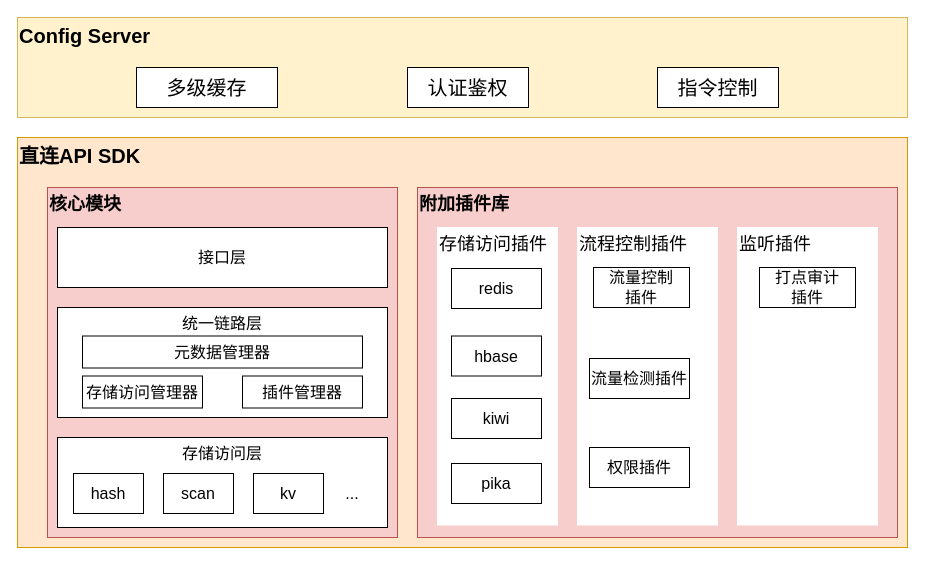
Before: 多模块设计.drawio in FlyThroughAir/DrawHere, a draw.io diagram. Source tidied: cells renumbered, new cells numbered last; positions are measured from the earlier drawing's top-left corner, leaving out a move shared by most shapes. Both pictures are drawn from the tidied source at 100%, with x=0, y=0 at pixel (17, 17).
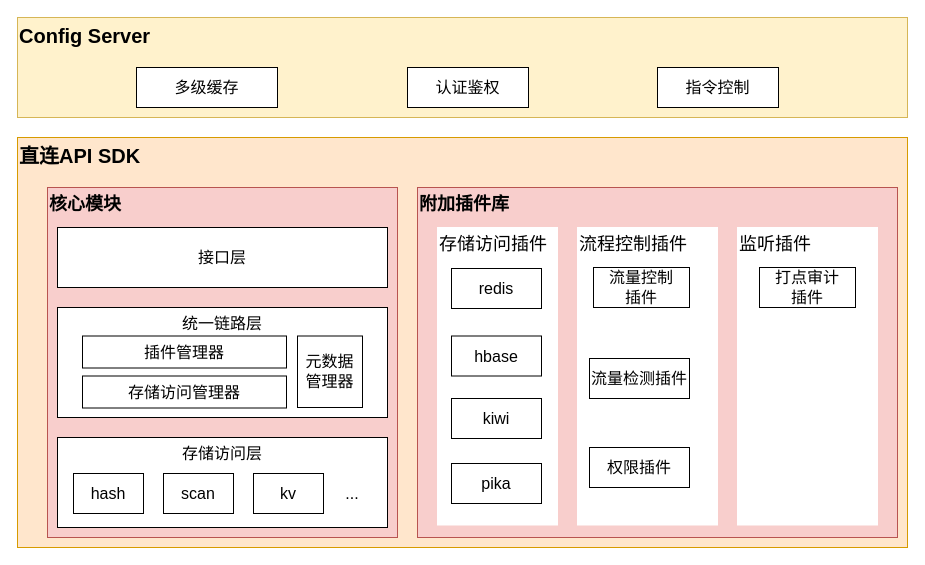
The same page after the edit.

Commit message:
Update 多模块设计.drawio

Change to the diagram source:
```diff
@@
     <mxCell id="7" value="存储访问管理器" style="rounded=0;whiteSpace=wrap;html=1;fontSize=16;" parent="1" vertex="1">
-      <mxGeometry x="65" y="358.5" width="120" height="32" as="geometry" />
+      <mxGeometry x="65" y="358.5" width="204" height="32" as="geometry" />
     </mxCell>
@@
     <mxCell id="21" value="插件管理器" style="rounded=0;whiteSpace=wrap;html=1;fontSize=16;" parent="1" vertex="1">
-      <mxGeometry x="225" y="358.5" width="120" height="32" as="geometry" />
+      <mxGeometry x="65" y="318.5" width="204" height="32" as="geometry" />
     </mxCell>
-    <mxCell id="22" value="元数据管理器" style="rounded=0;whiteSpace=wrap;html=1;fontSize=16;" parent="1" vertex="1">
-      <mxGeometry x="65" y="318.5" width="280" height="32" as="geometry" />
+    <mxCell id="22" value="元数据&lt;br&gt;管理器" style="rounded=0;whiteSpace=wrap;html=1;fontSize=16;" parent="1" vertex="1">
+      <mxGeometry x="280" y="318.5" width="65" height="71.5" as="geometry" />
     </mxCell>
@@
-    <mxCell id="27" value="多级缓存" style="rounded=0;whiteSpace=wrap;html=1;fontSize=20;" parent="1" vertex="1">
+    <mxCell id="27" value="多级缓存" style="rounded=0;whiteSpace=wrap;html=1;fontSize=16;" parent="1" vertex="1">
       <mxGeometry x="119" y="50" width="141" height="40" as="geometry" />
     </mxCell>
-    <mxCell id="28" value="认证鉴权" style="rounded=0;whiteSpace=wrap;html=1;fontSize=20;" parent="1" vertex="1">
+    <mxCell id="28" value="认证鉴权" style="rounded=0;whiteSpace=wrap;html=1;fontSize=16;" parent="1" vertex="1">
       <mxGeometry x="390" y="50" width="121" height="40" as="geometry" />
     </mxCell>
-    <mxCell id="29" value="指令控制" style="rounded=0;whiteSpace=wrap;html=1;fontSize=20;" parent="1" vertex="1">
+    <mxCell id="29" value="指令控制" style="rounded=0;whiteSpace=wrap;html=1;fontSize=16;" parent="1" vertex="1">
       <mxGeometry x="640" y="50" width="121" height="40" as="geometry" />
     </mxCell>
```
